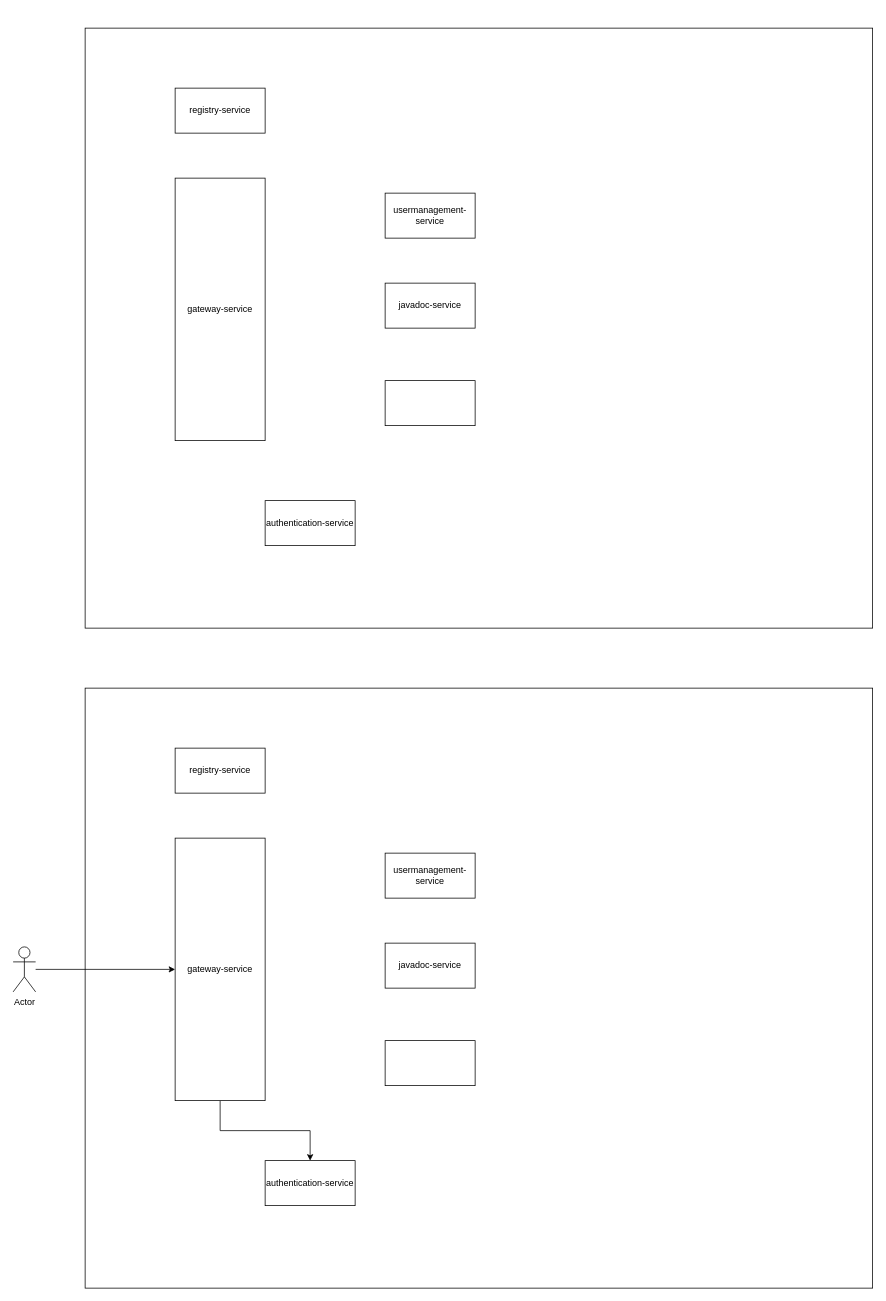
Earlier version of the draw.io diagram docs/Diagram.drawio (MichiBaum/Microservices). Source tidied: cells renumbered, new cells numbered last; positions are measured from the earlier drawing's top-left corner, leaving out a move shared by most shapes. Both pictures are drawn from the tidied source at 75%, with x=0, y=0 at pixel (13, 28).
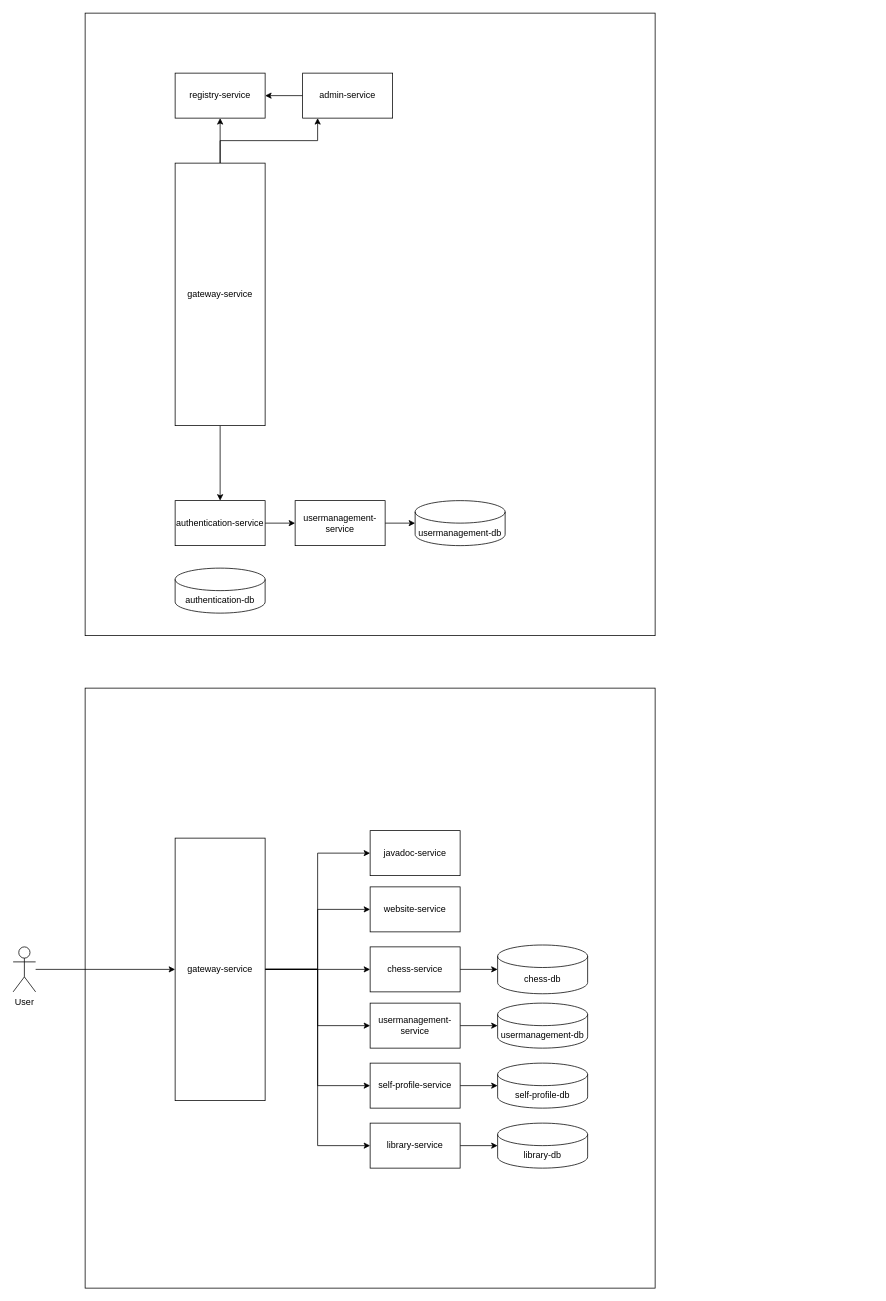
Above is the later version.

Unchanged cells that the change refers to:
```xml
<mxCell id="12" value="gateway-service" style="rounded=0;whiteSpace=wrap;html=1;" parent="1" vertex="1">
  <mxGeometry x="216" y="1080" width="120" height="350" as="geometry" />
</mxCell>
```

Diff of the diagram source:
```diff
@@
-    <mxCell id="2" style="rounded=0;whiteSpace=wrap;html=1;" parent="1" vertex="1">
-      <mxGeometry x="96" width="1050" height="800" as="geometry" />
-    </mxCell>
-    <mxCell id="3" value="registry-service" style="rounded=0;whiteSpace=wrap;html=1;" parent="1" vertex="1">
-      <mxGeometry x="216" y="80" width="120" height="60" as="geometry" />
-    </mxCell>
-    <mxCell id="4" value="gateway-service" style="rounded=0;whiteSpace=wrap;html=1;" parent="1" vertex="1">
-      <mxGeometry x="216" y="200" width="120" height="350" as="geometry" />
-    </mxCell>
-    <mxCell id="5" value="authentication-service" style="rounded=0;whiteSpace=wrap;html=1;" parent="1" vertex="1">
-      <mxGeometry x="336" y="630" width="120" height="60" as="geometry" />
-    </mxCell>
-    <mxCell id="6" value="usermanagement-service" style="rounded=0;whiteSpace=wrap;html=1;" parent="1" vertex="1">
-      <mxGeometry x="496" y="220" width="120" height="60" as="geometry" />
-    </mxCell>
-    <mxCell id="7" value="javadoc-service" style="rounded=0;whiteSpace=wrap;html=1;" parent="1" vertex="1">
-      <mxGeometry x="496" y="340" width="120" height="60" as="geometry" />
-    </mxCell>
-    <mxCell id="8" style="rounded=0;whiteSpace=wrap;html=1;" parent="1" vertex="1">
-      <mxGeometry x="496" y="470" width="120" height="60" as="geometry" />
-    </mxCell>
     <mxCell id="9" style="rounded=0;whiteSpace=wrap;html=1;" parent="1" vertex="1">
-      <mxGeometry x="96" y="880" width="1050" height="800" as="geometry" />
+      <mxGeometry x="96" y="880" width="760" height="800" as="geometry" />
     </mxCell>
-    <mxCell id="10" value="registry-service" style="rounded=0;whiteSpace=wrap;html=1;" parent="1" vertex="1">
-      <mxGeometry x="216" y="960" width="120" height="60" as="geometry" />
-    </mxCell>
-    <mxCell id="11" style="edgeStyle=orthogonalEdgeStyle;rounded=0;jettySize=auto;html=1;" parent="1" edge="1" source="12" target="13">
-      <mxGeometry relative="1" as="geometry" />
-    </mxCell>
+    <mxCell id="19" style="edgeStyle=orthogonalEdgeStyle;rounded=0;jettySize=auto;html=1;" parent="1" edge="1" source="12" target="15">
+      <mxGeometry relative="1" as="geometry" />
+    </mxCell>
+    <mxCell id="20" style="edgeStyle=orthogonalEdgeStyle;rounded=0;jettySize=auto;html=1;" parent="1" edge="1" source="12" target="27">
+      <mxGeometry relative="1" as="geometry" />
+    </mxCell>
+    <mxCell id="21" style="edgeStyle=orthogonalEdgeStyle;rounded=0;jettySize=auto;html=1;" parent="1" edge="1" source="12" target="16">
+      <mxGeometry relative="1" as="geometry" />
+    </mxCell>
+    <mxCell id="22" style="edgeStyle=orthogonalEdgeStyle;rounded=0;jettySize=auto;html=1;" parent="1" edge="1" source="12" target="14">
+      <mxGeometry relative="1" as="geometry" />
+    </mxCell>
+    <mxCell id="23" style="edgeStyle=orthogonalEdgeStyle;rounded=0;jettySize=auto;html=1;" parent="1" edge="1" source="12" target="43">
+      <mxGeometry relative="1" as="geometry" />
+    </mxCell>
+    <mxCell id="24" style="edgeStyle=orthogonalEdgeStyle;rounded=0;jettySize=auto;html=1;" parent="1" edge="1" source="12" target="46">
+      <mxGeometry relative="1" as="geometry">
+        <Array as="points">
+          <mxPoint x="406" y="1255" />
+          <mxPoint x="406" y="1490" />
+        </Array>
+      </mxGeometry>
+    </mxCell>
@@
-    <mxCell id="13" value="authentication-service" style="rounded=0;whiteSpace=wrap;html=1;" parent="1" vertex="1">
-      <mxGeometry x="336" y="1510" width="120" height="60" as="geometry" />
-    </mxCell>
+    <mxCell id="25" style="edgeStyle=orthogonalEdgeStyle;rounded=0;jettySize=auto;html=1;" parent="1" edge="1" source="14" target="39">
+      <mxGeometry relative="1" as="geometry" />
+    </mxCell>
     <mxCell id="14" value="usermanagement-service" style="rounded=0;whiteSpace=wrap;html=1;" parent="1" vertex="1">
-      <mxGeometry x="496" y="1100" width="120" height="60" as="geometry" />
+      <mxGeometry x="476" y="1300" width="120" height="60" as="geometry" />
     </mxCell>
     <mxCell id="15" value="javadoc-service" style="rounded=0;whiteSpace=wrap;html=1;" parent="1" vertex="1">
-      <mxGeometry x="496" y="1220" width="120" height="60" as="geometry" />
+      <mxGeometry x="476" y="1070" width="120" height="60" as="geometry" />
     </mxCell>
+    <mxCell id="26" style="edgeStyle=orthogonalEdgeStyle;rounded=0;jettySize=auto;html=1;" parent="1" edge="1" source="16" target="38">
+      <mxGeometry relative="1" as="geometry" />
+    </mxCell>
-    <mxCell id="16" style="rounded=0;whiteSpace=wrap;html=1;" parent="1" vertex="1">
-      <mxGeometry x="496" y="1350" width="120" height="60" as="geometry" />
+    <mxCell id="16" value="chess-service" style="rounded=0;whiteSpace=wrap;html=1;" parent="1" vertex="1">
+      <mxGeometry x="476" y="1225" width="120" height="60" as="geometry" />
     </mxCell>
@@
-    <mxCell id="18" value="Actor" style="shape=umlActor;verticalLabelPosition=bottom;verticalAlign=top;html=1;outlineConnect=0;" parent="1" vertex="1">
+    <mxCell id="18" value="User" style="shape=umlActor;verticalLabelPosition=bottom;verticalAlign=top;html=1;outlineConnect=0;" parent="1" vertex="1">
       <mxGeometry y="1225" width="30" height="60" as="geometry" />
     </mxCell>
+    <mxCell id="27" value="website-service" style="rounded=0;whiteSpace=wrap;html=1;" parent="1" vertex="1">
+      <mxGeometry x="476" y="1145" width="120" height="60" as="geometry" />
+    </mxCell>
+    <mxCell id="28" style="rounded=0;whiteSpace=wrap;html=1;" parent="1" vertex="1">
+      <mxGeometry x="96" y="-20" width="760" height="830" as="geometry" />
+    </mxCell>
+    <mxCell id="29" value="registry-service" style="rounded=0;whiteSpace=wrap;html=1;" parent="1" vertex="1">
+      <mxGeometry x="216" y="60" width="120" height="60" as="geometry" />
+    </mxCell>
+    <mxCell id="30" style="edgeStyle=orthogonalEdgeStyle;rounded=0;jettySize=auto;html=1;" parent="1" edge="1" source="4" target="34">
+      <mxGeometry relative="1" as="geometry" />
+    </mxCell>
+    <mxCell id="31" style="edgeStyle=orthogonalEdgeStyle;rounded=0;jettySize=auto;html=1;" parent="1" edge="1" source="4" target="29">
+      <mxGeometry relative="1" as="geometry" />
+    </mxCell>
+    <mxCell id="32" style="edgeStyle=orthogonalEdgeStyle;rounded=0;jettySize=auto;html=1;" parent="1" edge="1" source="4" target="37">
+      <mxGeometry relative="1" as="geometry">
+        <Array as="points">
+          <mxPoint x="276" y="150" />
+          <mxPoint x="406" y="150" />
+        </Array>
+      </mxGeometry>
+    </mxCell>
+    <mxCell id="4" value="gateway-service" style="rounded=0;whiteSpace=wrap;html=1;" parent="1" vertex="1">
+      <mxGeometry x="216" y="180" width="120" height="350" as="geometry" />
+    </mxCell>
+    <mxCell id="33" style="edgeStyle=orthogonalEdgeStyle;rounded=0;jettySize=auto;html=1;" parent="1" edge="1" source="34" target="6">
+      <mxGeometry relative="1" as="geometry" />
+    </mxCell>
+    <mxCell id="34" value="authentication-service" style="rounded=0;whiteSpace=wrap;html=1;" parent="1" vertex="1">
+      <mxGeometry x="216" y="630" width="120" height="60" as="geometry" />
+    </mxCell>
+    <mxCell id="35" style="edgeStyle=orthogonalEdgeStyle;rounded=0;jettySize=auto;html=1;" parent="1" edge="1" source="6" target="40">
+      <mxGeometry relative="1" as="geometry" />
+    </mxCell>
+    <mxCell id="6" value="usermanagement-service" style="rounded=0;whiteSpace=wrap;html=1;" parent="1" vertex="1">
+      <mxGeometry x="376" y="630" width="120" height="60" as="geometry" />
+    </mxCell>
+    <mxCell id="36" style="edgeStyle=orthogonalEdgeStyle;rounded=0;jettySize=auto;html=1;" parent="1" edge="1" source="37" target="29">
+      <mxGeometry relative="1" as="geometry" />
+    </mxCell>
+    <mxCell id="37" value="admin-service" style="rounded=0;whiteSpace=wrap;html=1;" parent="1" vertex="1">
+      <mxGeometry x="386" y="60" width="120" height="60" as="geometry" />
+    </mxCell>
+    <mxCell id="38" value="chess-db" style="shape=cylinder3;whiteSpace=wrap;html=1;boundedLbl=1;backgroundOutline=1;size=15;" parent="1" vertex="1">
+      <mxGeometry x="646" y="1222.5" width="120" height="65" as="geometry" />
+    </mxCell>
+    <mxCell id="39" value="usermanagement-db" style="shape=cylinder3;whiteSpace=wrap;html=1;boundedLbl=1;backgroundOutline=1;size=15;" parent="1" vertex="1">
+      <mxGeometry x="646" y="1300" width="120" height="60" as="geometry" />
+    </mxCell>
+    <mxCell id="40" value="usermanagement-db" style="shape=cylinder3;whiteSpace=wrap;html=1;boundedLbl=1;backgroundOutline=1;size=15;" parent="1" vertex="1">
+      <mxGeometry x="536" y="630" width="120" height="60" as="geometry" />
+    </mxCell>
+    <mxCell id="41" value="authentication-db" style="shape=cylinder3;whiteSpace=wrap;html=1;boundedLbl=1;backgroundOutline=1;size=15;" parent="1" vertex="1">
+      <mxGeometry x="216" y="720" width="120" height="60" as="geometry" />
+    </mxCell>
+    <mxCell id="42" style="edgeStyle=orthogonalEdgeStyle;rounded=0;jettySize=auto;html=1;" parent="1" edge="1" source="43" target="44">
+      <mxGeometry relative="1" as="geometry" />
+    </mxCell>
+    <mxCell id="43" value="self-profile-service" style="rounded=0;whiteSpace=wrap;html=1;" parent="1" vertex="1">
+      <mxGeometry x="476" y="1380" width="120" height="60" as="geometry" />
+    </mxCell>
+    <mxCell id="44" value="self-profile-db" style="shape=cylinder3;whiteSpace=wrap;html=1;boundedLbl=1;backgroundOutline=1;size=15;" parent="1" vertex="1">
+      <mxGeometry x="646" y="1380" width="120" height="60" as="geometry" />
+    </mxCell>
+    <mxCell id="45" style="edgeStyle=orthogonalEdgeStyle;rounded=0;jettySize=auto;html=1;" parent="1" edge="1" source="46" target="47">
+      <mxGeometry relative="1" as="geometry" />
+    </mxCell>
+    <mxCell id="46" value="library-service" style="rounded=0;whiteSpace=wrap;html=1;" parent="1" vertex="1">
+      <mxGeometry x="476" y="1460" width="120" height="60" as="geometry" />
+    </mxCell>
+    <mxCell id="47" value="library-db" style="shape=cylinder3;whiteSpace=wrap;html=1;boundedLbl=1;backgroundOutline=1;size=15;" parent="1" vertex="1">
+      <mxGeometry x="646" y="1460" width="120" height="60" as="geometry" />
+    </mxCell>
```
